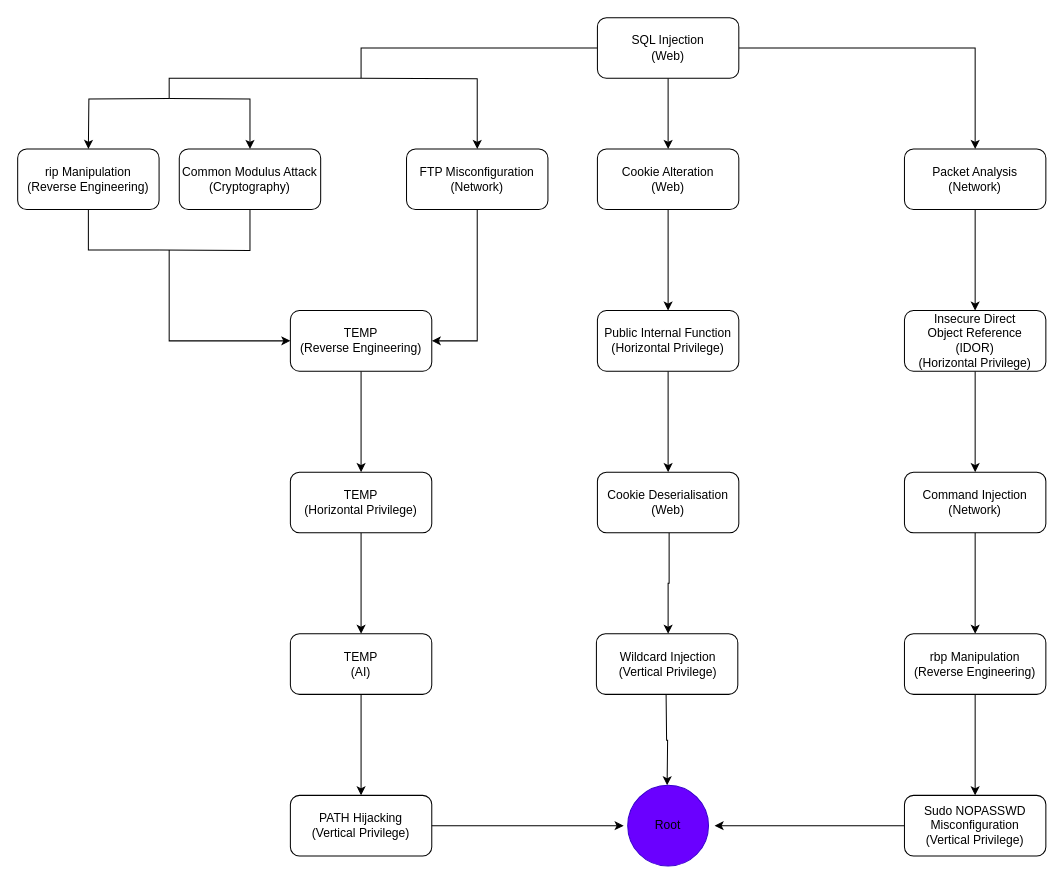
Earlier version of the draw.io diagram ExploitMap.drawio (saacutter/rta-ctf). Source tidied: cells renumbered, new cells numbered last; positions are measured from the earlier drawing's top-left corner, leaving out a move shared by most shapes. Both pictures are drawn from the tidied source at 101%, with x=0, y=0 at pixel (17, 17).
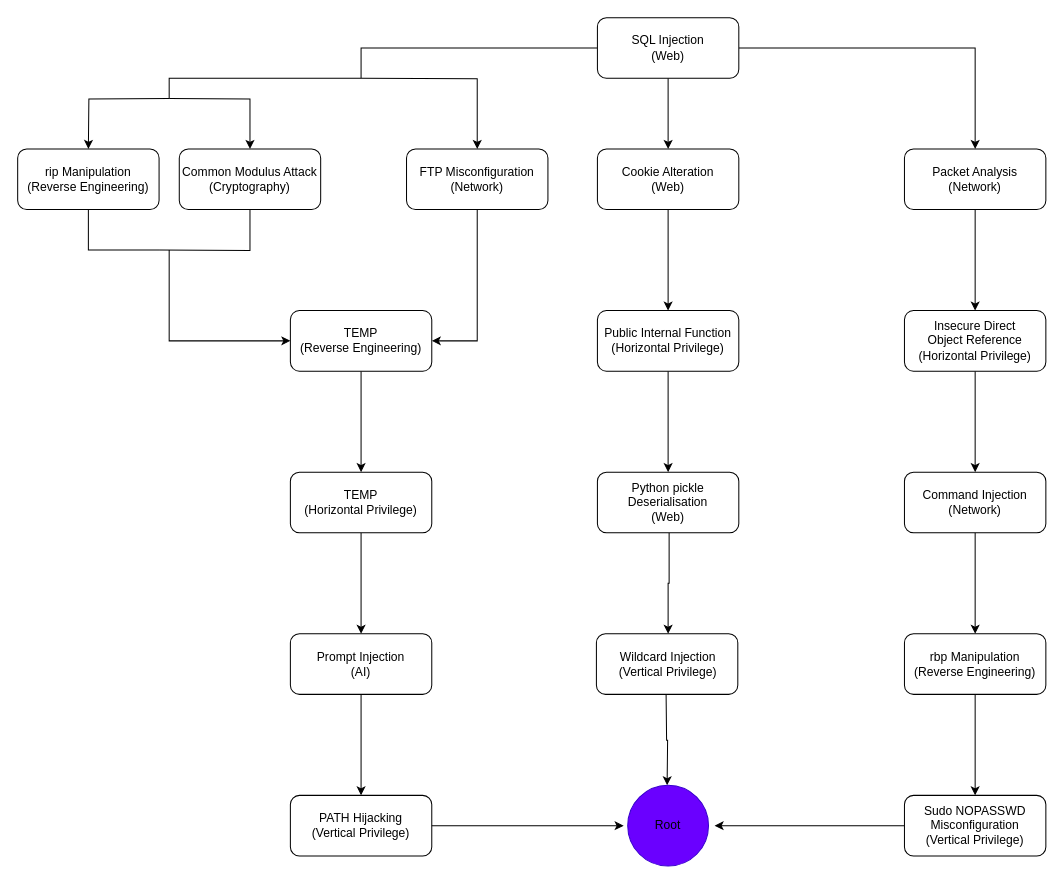
The same page after the edit.

Commit message (it also covers changes not shown here):
Updated the exploit map

What changed in the source:
```diff
@@
-    <mxCell id="47" value="TEMP&lt;br&gt;(AI)" style="text;html=1;whiteSpace=wrap;strokeColor=none;fillColor=none;align=center;verticalAlign=middle;rounded=0;" parent="1" vertex="1">
+    <mxCell id="47" value="Prompt Injection&lt;br&gt;(AI)" style="text;html=1;whiteSpace=wrap;strokeColor=none;fillColor=none;align=center;verticalAlign=middle;rounded=0;" parent="1" vertex="1">
       <mxGeometry x="285" y="625" width="110" height="30" as="geometry" />
     </mxCell>
@@
-    <mxCell id="51" value="Cookie Deserialisation&lt;br&gt;(Web)" style="text;html=1;whiteSpace=wrap;strokeColor=none;fillColor=none;align=center;verticalAlign=middle;rounded=0;" parent="1" vertex="1">
+    <mxCell id="51" value="Python pickle Deserialisation&lt;br&gt;(Web)" style="text;html=1;whiteSpace=wrap;strokeColor=none;fillColor=none;align=center;verticalAlign=middle;rounded=0;" parent="1" vertex="1">
       <mxGeometry x="579" y="465" width="130" height="30" as="geometry" />
     </mxCell>
-    <mxCell id="52" value="Insecure Direct Object Reference (IDOR)&lt;br&gt;(Horizontal Privilege)" style="text;html=1;whiteSpace=wrap;strokeColor=none;fillColor=none;align=center;verticalAlign=middle;rounded=0;" parent="1" vertex="1">
+    <mxCell id="52" value="Insecure Direct Object Reference&lt;div&gt;(Horizontal Privilege)&lt;/div&gt;" style="text;html=1;whiteSpace=wrap;strokeColor=none;fillColor=none;align=center;verticalAlign=middle;rounded=0;" parent="1" vertex="1">
       <mxGeometry x="888" y="305" width="120" height="30" as="geometry" />
     </mxCell>
```
